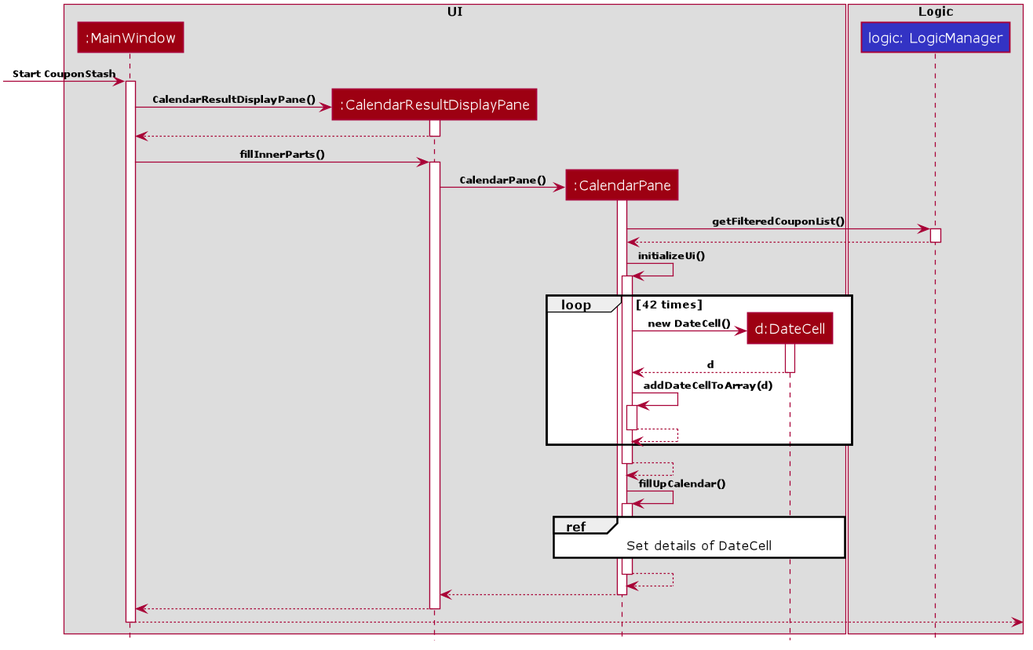
The PlantUML diagram images/CalendarSequenceDiagram.png in AY1920S2-CS2103T-F09-1/main, before a commit. The source it was exported from:
```plantuml
@startuml










skinparam BackgroundColor #FFFFFFF

skinparam Shadowing false

skinparam Class {
    FontColor #FFFFFF
    BorderThickness 1
    BorderColor #FFFFFF
    StereotypeFontColor #FFFFFF
    FontName Verdana
    AttributeFontColor #FFFFFF
}

skinparam Actor {
    BorderColor #000000
    Color #000000
    FontName Verdana
}

skinparam Sequence {
    MessageAlign center
    BoxFontSize 12
    BoxPadding 0
    BoxFontColor #FFFFFF
    FontName Verdana
}

skinparam Participant {
    FontColor #FFFFFFF
    Padding 20
}

skinparam GenericDisplay zz

skinparam ArrowFontSize 10
skinparam ArrowFontStyle bold

skinparam NoteBackgroundColor ghostwhite
skinparam NoteBorderColor #3333C4
skinparam DefaultFontName Verdana

skinparam MinClassWidth 50
skinparam ParticipantPadding 10
skinparam Shadowing false
skinparam DefaultTextAlignment center
skinparam packageStyle Rectangle
skinparam classAttributeIconSize 0
skinparam genericDisplay old

hide footbox
hide members
hide circle


box "<color:black>UI</color>"
participant ":MainWindow" as MainWindow #9D0012
participant ":CalendarResultDisplayPane" as CalendarResultDisplayPane #9D0012
participant ":CalendarPane" as CalendarPane #9D0012
participant "d:DateCell" as DateCell #9D0012
end box

box "<color:black>Logic</color>"
participant "logic: LogicManager" as Logic #3333C4
end box

[-> MainWindow:Start CouponStash
activate MainWindow

create CalendarResultDisplayPane
MainWindow -> CalendarResultDisplayPane: CalendarResultDisplayPane()
activate CalendarResultDisplayPane

CalendarResultDisplayPane --> MainWindow
deactivate CalendarResultDisplayPane

MainWindow -> CalendarResultDisplayPane: fillInnerParts()
activate CalendarResultDisplayPane

create CalendarPane
CalendarResultDisplayPane -> CalendarPane: CalendarPane()
activate CalendarPane


CalendarPane -> Logic: getFilteredCouponList()
activate Logic
Logic --> CalendarPane
deactivate Logic

CalendarPane -> CalendarPane: initializeUi()
activate CalendarPane


loop 42 times
    create DateCell
    CalendarPane -> DateCell : new DateCell()
    activate DateCell

    DateCell --> CalendarPane : d
    deactivate DateCell

    CalendarPane -> CalendarPane : addDateCellToArray(d)
    activate CalendarPane
    CalendarPane --> CalendarPane

    deactivate CalendarPane

end

CalendarPane --> CalendarPane
deactivate CalendarPane

CalendarPane -> CalendarPane: fillUpCalendar()
activate CalendarPane


ref over CalendarPane, DateCell : Set details of DateCell


CalendarPane --> CalendarPane
deactivate CalendarPane

CalendarPane --> CalendarResultDisplayPane:
deactivate CalendarPane

CalendarResultDisplayPane --> MainWindow
deactivate CalendarResultDisplayPane

MainWindow -->]
deactivate MainWindow

@enduml
```
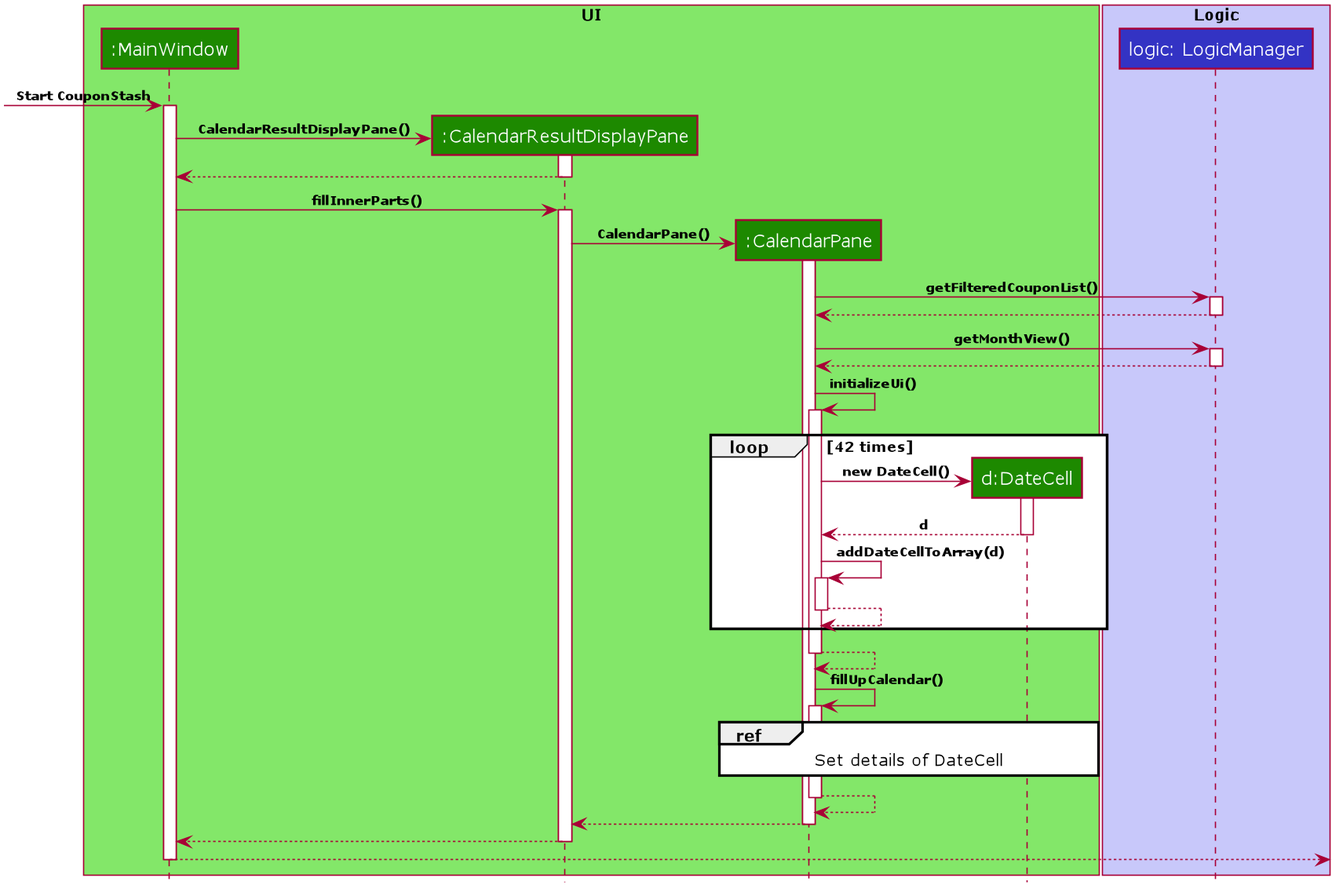
The same file after the commit.

The edit, as a diff of the source:
```diff
@@ -63,14 +63,14 @@
 hide circle
 
 
-box "<color:black>UI</color>"
-participant ":MainWindow" as MainWindow #9D0012
-participant ":CalendarResultDisplayPane" as CalendarResultDisplayPane #9D0012
-participant ":CalendarPane" as CalendarPane #9D0012
-participant "d:DateCell" as DateCell #9D0012
+box "<color:black>UI</color>" #83E769
+participant ":MainWindow" as MainWindow #1D8900
+participant ":CalendarResultDisplayPane" as CalendarResultDisplayPane #1D8900
+participant ":CalendarPane" as CalendarPane #1D8900
+participant "d:DateCell" as DateCell #1D8900
 end box
 
-box "<color:black>Logic</color>"
+box "<color:black>Logic</color>" #C8C8FA
 participant "logic: LogicManager" as Logic #3333C4
 end box
 
@@ -93,6 +93,11 @@
 
 
 CalendarPane -> Logic: getFilteredCouponList()
+activate Logic
+Logic --> CalendarPane
+deactivate Logic
+
+CalendarPane -> Logic: getMonthView()
 activate Logic
 Logic --> CalendarPane
 deactivate Logic
```
